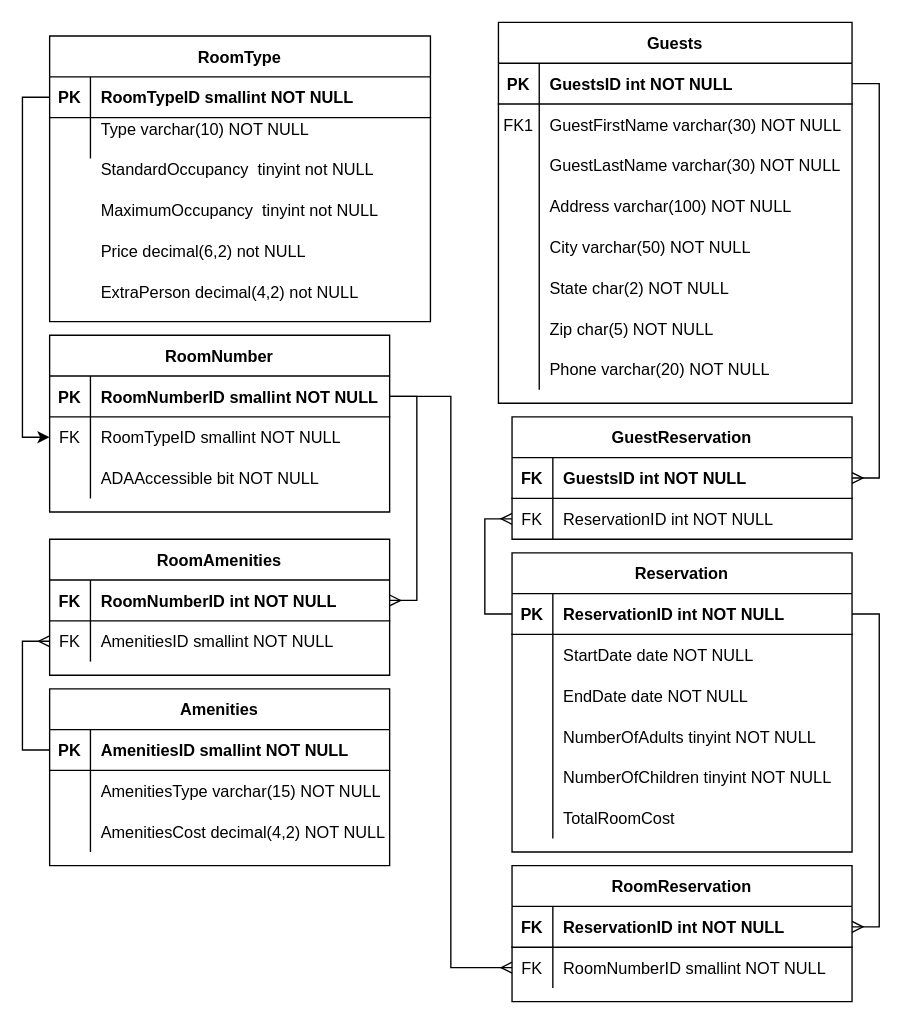
Earlier version of the draw.io diagram V2MileStone1/Summative/ERD.drawio (mohammedchowdhury/SoftwareGuildJava). Source tidied: cells renumbered, new cells numbered last; positions are measured from the earlier drawing's top-left corner, leaving out a move shared by most shapes. Both pictures are drawn from the tidied source at 136%, with x=0, y=0 at pixel (49, 22).
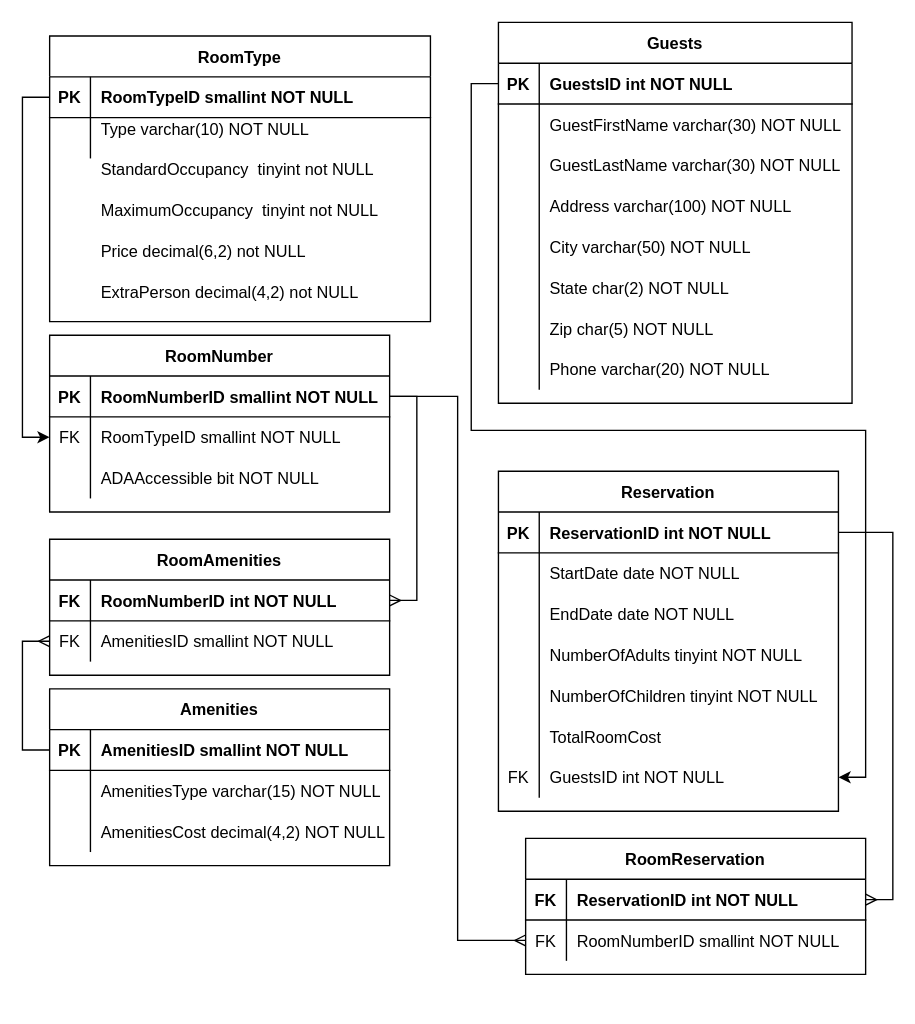
After the change.

The change refers to these unchanged cells:
```xml
<mxCell id="49" style="shape=partialRectangle;fillColor=none;points=[[0,0.5],[1,0.5]];portConstraint=eastwest;top=0;left=0;right=0;bottom=1;" parent="48" vertex="1">
  <mxGeometry y="30" width="260" height="30" as="geometry" />
</mxCell>
<mxCell id="52" style="shape=partialRectangle;fillColor=none;top=0;left=0;right=0;bottom=0;" parent="48" vertex="1">
  <mxGeometry y="60" width="260" height="30" as="geometry" />
</mxCell>
<mxCell id="81" style="shape=partialRectangle;fillColor=none;points=[[0,0.5],[1,0.5]];portConstraint=eastwest;top=0;left=0;right=0;bottom=1;" parent="80" vertex="1">
  <mxGeometry y="30" width="250" height="30" as="geometry" />
</mxCell>
```

What changed in the source:
```diff
@@
-    <mxCell id="16" style="edgeStyle=orthogonalEdgeStyle;rounded=0;jettySize=auto;html=1;exitX=1;exitY=0.5;exitDx=0;exitDy=0;entryX=1;entryY=0.5;entryDx=0;entryDy=0;endArrow=ERmany;endFill=0;" parent="1" edge="1" source="49" target="74">
-      <mxGeometry relative="1" as="geometry" />
-    </mxCell>
-    <mxCell id="17" style="edgeStyle=orthogonalEdgeStyle;rounded=0;jettySize=auto;html=1;exitX=0;exitY=0.5;exitDx=0;exitDy=0;entryX=0;entryY=0.5;entryDx=0;entryDy=0;endArrow=ERmany;endFill=0;" parent="1" edge="1" source="81" target="77">
-      <mxGeometry relative="1" as="geometry" />
-    </mxCell>
@@
-    <mxCell id="53" value="FK1" style="shape=partialRectangle;overflow=hidden;fillColor=none;top=0;left=0;bottom=0;right=0;" parent="52" vertex="1">
+    <mxCell id="53" style="shape=partialRectangle;overflow=hidden;fillColor=none;top=0;left=0;bottom=0;right=0;" parent="52" vertex="1">
       <mxGeometry width="30" height="30" as="geometry" />
     </mxCell>
@@
-    <mxCell id="73" value="GuestReservation" style="shape=table;startSize=30;childLayout=tableLayout;rowLines=0;fontStyle=1;align=center;" parent="1" vertex="1">
-      <mxGeometry x="340" y="290" width="250" height="90" as="geometry" />
-    </mxCell>
-    <mxCell id="74" style="shape=partialRectangle;fillColor=none;points=[[0,0.5],[1,0.5]];portConstraint=eastwest;top=0;left=0;right=0;bottom=1;" parent="73" vertex="1">
-      <mxGeometry y="30" width="250" height="30" as="geometry" />
-    </mxCell>
-    <mxCell id="75" value="FK" style="shape=partialRectangle;overflow=hidden;fillColor=none;top=0;left=0;bottom=0;right=0;fontStyle=1;" parent="74" vertex="1">
-      <mxGeometry width="30" height="30" as="geometry" />
-    </mxCell>
-    <mxCell id="76" value="GuestsID int NOT NULL" style="shape=partialRectangle;overflow=hidden;fillColor=none;top=0;left=0;bottom=0;right=0;align=left;spacingLeft=6;fontStyle=1;" parent="74" vertex="1">
-      <mxGeometry x="30" width="220" height="30" as="geometry" />
-    </mxCell>
-    <mxCell id="77" style="shape=partialRectangle;fillColor=none;points=[[0,0.5],[1,0.5]];portConstraint=eastwest;top=0;left=0;right=0;bottom=0;" parent="73" vertex="1">
-      <mxGeometry y="60" width="250" height="30" as="geometry" />
-    </mxCell>
-    <mxCell id="78" value="FK" style="shape=partialRectangle;overflow=hidden;fillColor=none;top=0;left=0;bottom=0;right=0;" parent="77" vertex="1">
-      <mxGeometry width="30" height="30" as="geometry" />
-    </mxCell>
-    <mxCell id="79" value="ReservationID int NOT NULL" style="shape=partialRectangle;overflow=hidden;fillColor=none;top=0;left=0;bottom=0;right=0;align=left;spacingLeft=6;" parent="77" vertex="1">
-      <mxGeometry x="30" width="220" height="30" as="geometry" />
-    </mxCell>
+    <mxCell id="106" style="edgeStyle=orthogonalEdgeStyle;rounded=0;jettySize=auto;html=1;exitX=0;exitY=0.5;exitDx=0;exitDy=0;" parent="1" edge="1" source="49" target="107">
+      <mxGeometry relative="1" as="geometry" />
+    </mxCell>
     <mxCell id="80" value="Reservation" style="shape=table;startSize=30;childLayout=tableLayout;rowLines=0;fontStyle=1;align=center;" parent="1" vertex="1">
-      <mxGeometry x="340" y="390" width="250" height="220" as="geometry" />
+      <mxGeometry x="330" y="330" width="250" height="250" as="geometry" />
     </mxCell>
@@
+    <mxCell id="107" style="shape=partialRectangle;fillColor=none;points=[[0,0.5],[1,0.5]];portConstraint=eastwest;top=0;left=0;right=0;bottom=0;" parent="80" vertex="1">
+      <mxGeometry y="210" width="250" height="30" as="geometry" />
+    </mxCell>
+    <mxCell id="78" value="FK" style="shape=partialRectangle;overflow=hidden;fillColor=none;top=0;left=0;bottom=0;right=0;" parent="107" vertex="1">
+      <mxGeometry width="30" height="30" as="geometry" />
+    </mxCell>
+    <mxCell id="76" value="GuestsID int NOT NULL" style="shape=partialRectangle;overflow=hidden;fillColor=none;top=0;left=0;bottom=0;right=0;align=left;spacingLeft=6;" parent="107" vertex="1">
+      <mxGeometry x="30" width="220" height="30" as="geometry" />
+    </mxCell>
     <mxCell id="99" value="RoomReservation" style="shape=table;startSize=30;childLayout=tableLayout;rowLines=0;fontStyle=1;align=center;" parent="1" vertex="1">
-      <mxGeometry x="340" y="620" width="250" height="100" as="geometry" />
+      <mxGeometry x="350" y="600" width="250" height="100" as="geometry" />
     </mxCell>
```
